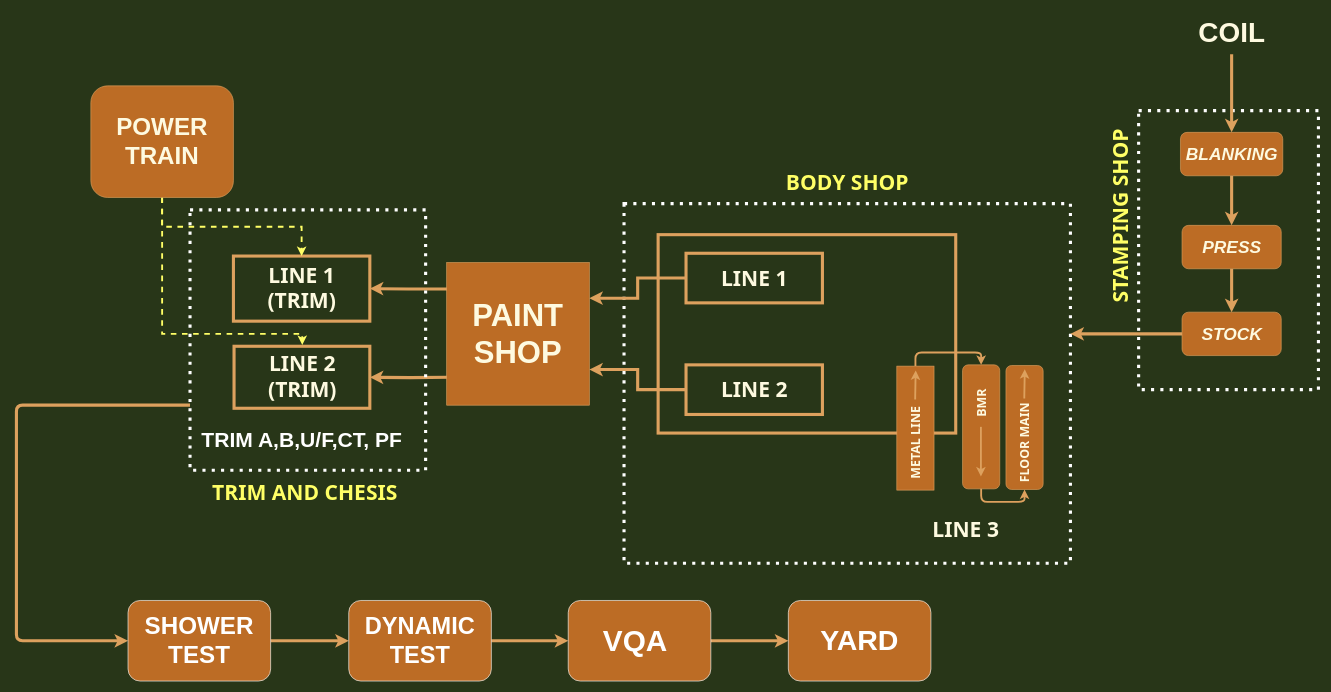
Jg-07/Project_DIECE keeps this draw.io diagram as Untitled Diagram.drawio. Above is the earlier version. Source tidied: cells renumbered, new cells numbered last; positions are measured from the earlier drawing's top-left corner, leaving out a move shared by most shapes. Both pictures are drawn from the tidied source at 62%, with x=0, y=0 at pixel (16, 11).
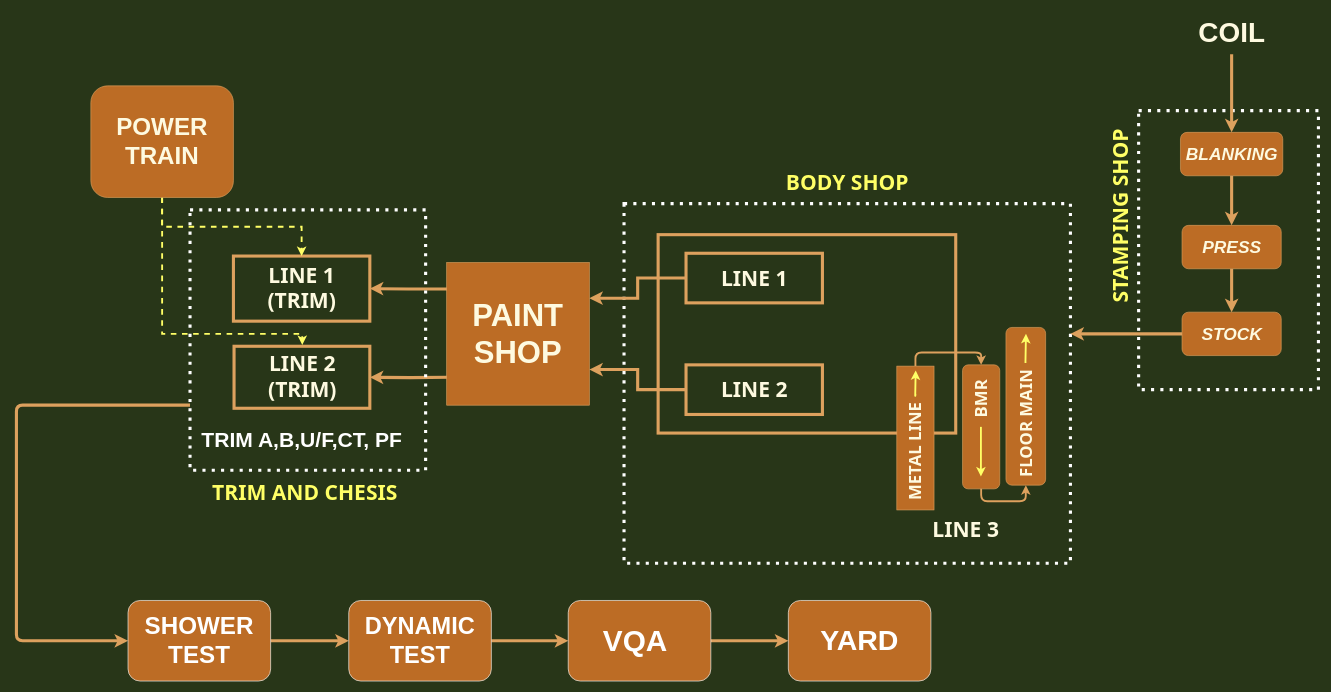
Above is the later version.

Change to the diagram source:
```diff
@@
     <mxCell id="18" style="rounded=1;whiteSpace=wrap;html=1;sketch=0;fontSize=35;strokeColor=#DDA15E;strokeWidth=1;fillColor=#BC6C25;rotation=90;fontColor=#FEFAE0;" parent="1" vertex="1">
-      <mxGeometry x="1526" y="642" width="200" height="60" as="geometry" />
+      <mxGeometry x="1500.8" y="605.8" width="254.4" height="64" as="geometry" />
     </mxCell>
-    <mxCell id="19" value="BMR" style="text;html=1;align=center;verticalAlign=middle;fillColor=none;strokeColor=none;rounded=0;sketch=0;fontSize=20;fontColor=#FEFAE0;horizontal=0;fontStyle=1;fontFamily=Tahoma;" parent="1" vertex="1">
-      <mxGeometry x="1531" y="603" width="50" height="60" as="geometry" />
+    <mxCell id="19" value="&lt;font style=&quot;font-size: 27px;&quot;&gt;BMR&lt;/font&gt;" style="text;html=1;align=center;verticalAlign=middle;fillColor=none;strokeColor=none;rounded=0;sketch=0;fontSize=20;fontColor=#FEFAE0;horizontal=0;fontStyle=1;fontFamily=Tahoma;" parent="1" vertex="1">
+      <mxGeometry x="1526" y="586" width="60" height="80" as="geometry" />
     </mxCell>
-    <mxCell id="20" value="&lt;font face=&quot;Tahoma&quot;&gt;FLOOR MAIN&lt;/font&gt;" style="text;html=1;align=center;verticalAlign=middle;fillColor=none;strokeColor=none;rounded=0;sketch=0;fontSize=20;fontColor=#FEFAE0;horizontal=0;fontStyle=1;" parent="1" vertex="1">
-      <mxGeometry x="1601" y="627" width="50" height="140" as="geometry" />
+    <mxCell id="20" value="&lt;font face=&quot;Tahoma&quot; style=&quot;font-size: 27px;&quot;&gt;FLOOR MAIN&lt;/font&gt;" style="text;html=1;align=center;verticalAlign=middle;fillColor=none;strokeColor=none;rounded=0;sketch=0;fontSize=27;fontColor=#FEFAE0;horizontal=0;fontStyle=1;" parent="1" vertex="1">
+      <mxGeometry x="1598" y="571" width="60" height="190" as="geometry" />
     </mxCell>
-    <mxCell id="21" style="endArrow=classic;html=1;rounded=1;sketch=0;fontFamily=Tahoma;fontSize=20;fontColor=#FEFAE0;strokeColor=#DDA15E;strokeWidth=3;curved=0;labelBackgroundColor=#283618;" parent="1" edge="1">
+    <mxCell id="21" style="endArrow=classic;html=1;rounded=1;sketch=0;fontFamily=Tahoma;fontSize=20;fontColor=#FEFAE0;strokeColor=#FFFF66;strokeWidth=3;curved=0;labelBackgroundColor=#283618;" parent="1" edge="1">
       <mxGeometry relative="1" as="geometry">
         <mxPoint x="1555.6" y="671" as="sourcePoint" />
         <mxPoint x="1555.6" y="751" as="targetPoint" />
       </mxGeometry>
     </mxCell>
-    <mxCell id="22" style="endArrow=classic;html=1;rounded=1;sketch=0;fontFamily=Tahoma;fontSize=20;fontColor=#FEFAE0;strokeColor=#DDA15E;strokeWidth=3;curved=0;exitX=0.516;exitY=1.021;exitDx=0;exitDy=0;exitPerimeter=0;labelBackgroundColor=#283618;" parent="1" edge="1">
+    <mxCell id="22" style="endArrow=classic;html=1;rounded=1;sketch=0;fontFamily=Tahoma;fontSize=20;fontColor=#FEFAE0;strokeColor=#FFFF66;strokeWidth=3;curved=0;exitX=0.516;exitY=1.021;exitDx=0;exitDy=0;exitPerimeter=0;labelBackgroundColor=#283618;" parent="1" edge="1">
       <mxGeometry relative="1" as="geometry">
-        <mxPoint x="1625.6" y="625.1" as="sourcePoint" />
-        <mxPoint x="1626.4" y="578" as="targetPoint" />
+        <mxPoint x="1627.5" y="568.1" as="sourcePoint" />
+        <mxPoint x="1628.3" y="521" as="targetPoint" />
         <Array as="points">
-          <mxPoint x="1625.6" y="621.1" />
+          <mxPoint x="1627.5" y="564.1" />
         </Array>
       </mxGeometry>
     </mxCell>
@@
     <mxCell id="24" style="rounded=0;whiteSpace=wrap;html=1;sketch=0;fontFamily=Tahoma;fontSize=20;strokeColor=#DDA15E;strokeWidth=1;fillColor=#BC6C25;rotation=90;fontColor=#FEFAE0;" parent="1" vertex="1">
-      <mxGeometry x="1350" y="643" width="200" height="60" as="geometry" />
+      <mxGeometry x="1334" y="659" width="232" height="60" as="geometry" />
     </mxCell>
-    <mxCell id="25" value="METAL LINE" style="text;html=1;align=center;verticalAlign=middle;fillColor=none;strokeColor=none;rounded=0;sketch=0;fontSize=20;fontColor=#FEFAE0;horizontal=0;fontStyle=1;fontFamily=Tahoma;" parent="1" vertex="1">
-      <mxGeometry x="1425" y="627" width="50" height="140" as="geometry" />
+    <mxCell id="25" value="&lt;font style=&quot;font-size: 27px;&quot;&gt;METAL LINE&lt;/font&gt;" style="text;html=1;align=center;verticalAlign=middle;fillColor=none;strokeColor=none;rounded=0;sketch=0;fontSize=20;fontColor=#FEFAE0;horizontal=0;fontStyle=1;fontFamily=Tahoma;" parent="1" vertex="1">
+      <mxGeometry x="1420" y="621" width="60" height="180" as="geometry" />
     </mxCell>
-    <mxCell id="26" style="endArrow=classic;html=1;rounded=1;sketch=0;fontFamily=Tahoma;fontSize=20;fontColor=#FEFAE0;strokeColor=#DDA15E;strokeWidth=3;curved=0;exitX=0.516;exitY=1.021;exitDx=0;exitDy=0;exitPerimeter=0;labelBackgroundColor=#283618;" parent="1" edge="1">
+    <mxCell id="26" style="endArrow=classic;html=1;rounded=1;sketch=0;fontFamily=Tahoma;fontSize=20;fontColor=#FEFAE0;strokeColor=#FFFF66;strokeWidth=3;curved=0;labelBackgroundColor=#283618;" parent="1" edge="1">
       <mxGeometry relative="1" as="geometry">
-        <mxPoint x="1449.6" y="627" as="sourcePoint" />
+        <mxPoint x="1450" y="618" as="sourcePoint" />
         <mxPoint x="1450.4" y="579.9" as="targetPoint" />
         <Array as="points">
           <mxPoint x="1449.6" y="623" />
         </Array>
       </mxGeometry>
     </mxCell>
```
